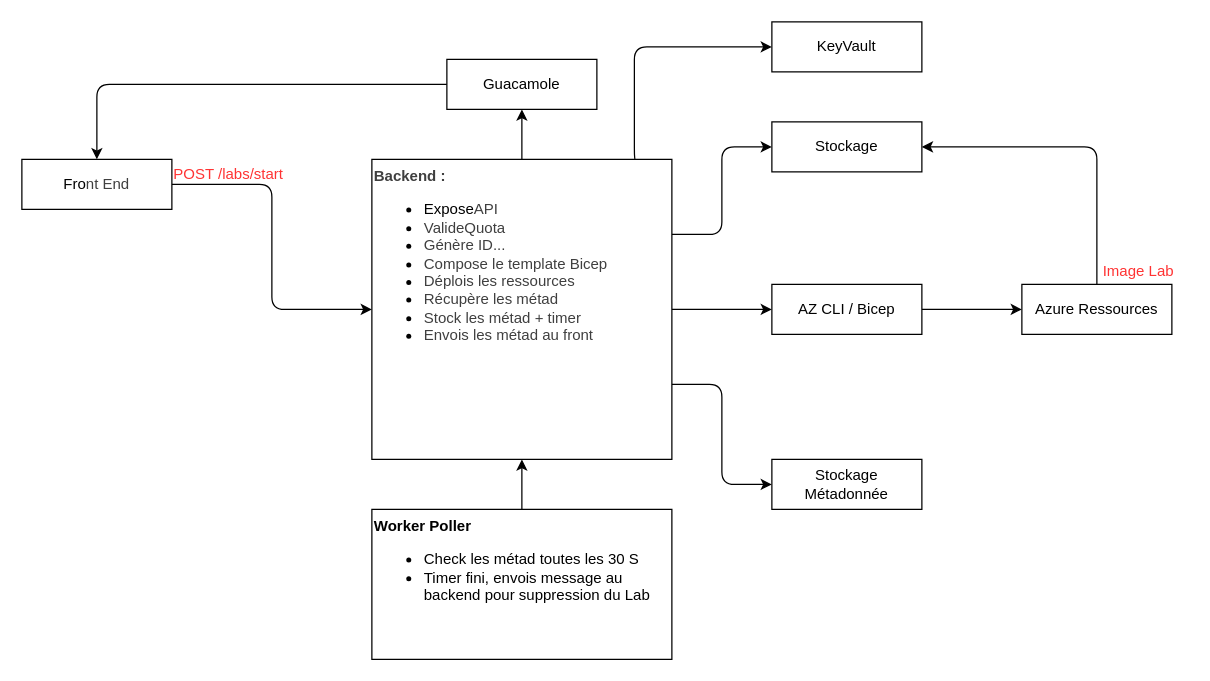
Before: page "Page-3" (3 of 3) of edulabs/Plateforme/schemas/v3_Azure.drawio in CallmeVRM/edulabs.github.io, a draw.io diagram. Source tidied: cells renumbered, new cells numbered last; positions are measured from the earlier drawing's top-left corner, leaving out a move shared by most shapes. Both pictures are drawn from the tidied source at 125%, with x=0, y=0 at pixel (21, 21).
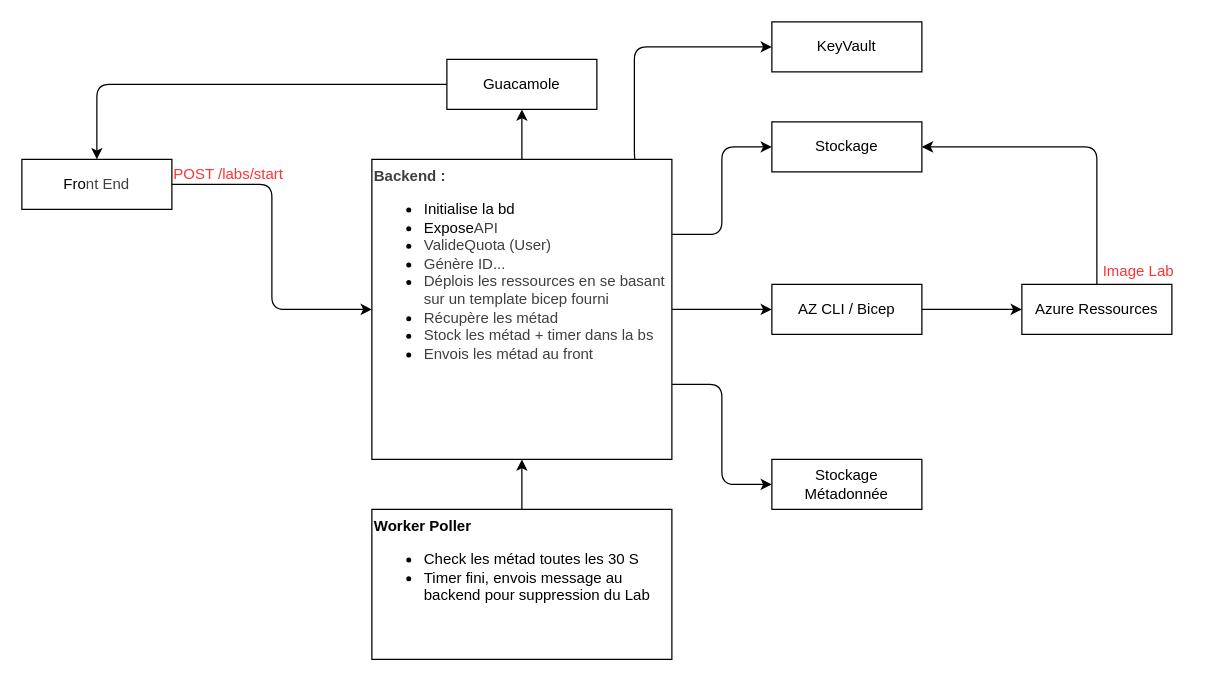
After the change.

Diff of the diagram source:
```diff
@@
-    <mxCell id="10" value="&lt;b style=&quot;color: rgb(63, 63, 63); background-color: transparent;&quot;&gt;Backend :&amp;nbsp;&lt;/b&gt;&lt;br&gt;&lt;ul&gt;&lt;li&gt;&lt;font style=&quot;background-color: transparent;&quot;&gt;Expose&lt;/font&gt;&lt;span style=&quot;background-color: transparent; color: rgb(63, 63, 63);&quot;&gt;API&lt;/span&gt;&lt;/li&gt;&lt;li&gt;&lt;span style=&quot;color: rgb(63, 63, 63); background-color: transparent;&quot;&gt;ValideQuota&lt;/span&gt;&lt;/li&gt;&lt;li&gt;&lt;span style=&quot;color: rgb(63, 63, 63); background-color: transparent;&quot;&gt;Génère ID...&lt;/span&gt;&lt;/li&gt;&lt;li&gt;&lt;span style=&quot;color: rgb(63, 63, 63); background-color: transparent;&quot;&gt;Compose le template Bicep&lt;/span&gt;&lt;/li&gt;&lt;li&gt;&lt;span style=&quot;color: rgb(63, 63, 63); background-color: transparent;&quot;&gt;Déplois les ressources&lt;/span&gt;&lt;/li&gt;&lt;li&gt;&lt;span style=&quot;color: rgb(63, 63, 63); background-color: transparent;&quot;&gt;Récupère les métad&lt;/span&gt;&lt;/li&gt;&lt;li&gt;&lt;span style=&quot;color: rgb(63, 63, 63); background-color: transparent;&quot;&gt;Stock les métad + timer&lt;/span&gt;&lt;/li&gt;&lt;li&gt;&lt;span style=&quot;color: rgb(63, 63, 63); background-color: transparent;&quot;&gt;Envois les métad au front&lt;/span&gt;&lt;/li&gt;&lt;/ul&gt;&lt;div&gt;&lt;div&gt;&lt;br&gt;&lt;/div&gt;&lt;/div&gt;" style="whiteSpace=wrap;html=1;verticalAlign=top;align=left;" parent="1" vertex="1">
+    <mxCell id="10" value="&lt;b style=&quot;color: rgb(63, 63, 63); background-color: transparent;&quot;&gt;Backend :&amp;nbsp;&lt;/b&gt;&lt;br&gt;&lt;ul&gt;&lt;li&gt;&lt;font style=&quot;background-color: transparent;&quot;&gt;Initialise la bd&lt;/font&gt;&lt;/li&gt;&lt;li&gt;&lt;font style=&quot;background-color: transparent;&quot;&gt;Expose&lt;/font&gt;&lt;span style=&quot;background-color: transparent; color: rgb(63, 63, 63);&quot;&gt;API&lt;/span&gt;&lt;/li&gt;&lt;li&gt;&lt;span style=&quot;color: rgb(63, 63, 63); background-color: transparent;&quot;&gt;ValideQuota (User)&lt;/span&gt;&lt;/li&gt;&lt;li&gt;&lt;span style=&quot;color: rgb(63, 63, 63); background-color: transparent;&quot;&gt;Génère ID...&lt;/span&gt;&lt;/li&gt;&lt;li&gt;&lt;span style=&quot;background-color: transparent; color: rgb(63, 63, 63);&quot;&gt;Déplois les ressources en se basant sur un template bicep fourni&lt;/span&gt;&lt;/li&gt;&lt;li&gt;&lt;span style=&quot;color: rgb(63, 63, 63); background-color: transparent;&quot;&gt;Récupère les métad&lt;/span&gt;&lt;/li&gt;&lt;li&gt;&lt;span style=&quot;color: rgb(63, 63, 63); background-color: transparent;&quot;&gt;Stock les métad + timer dans la bs&lt;/span&gt;&lt;/li&gt;&lt;li&gt;&lt;span style=&quot;color: rgb(63, 63, 63); background-color: transparent;&quot;&gt;Envois les métad au front&lt;/span&gt;&lt;/li&gt;&lt;/ul&gt;&lt;div&gt;&lt;div&gt;&lt;br&gt;&lt;/div&gt;&lt;/div&gt;" style="whiteSpace=wrap;html=1;verticalAlign=top;align=left;" parent="1" vertex="1">
       <mxGeometry x="280" y="110" width="240" height="240" as="geometry" />
     </mxCell>
```
